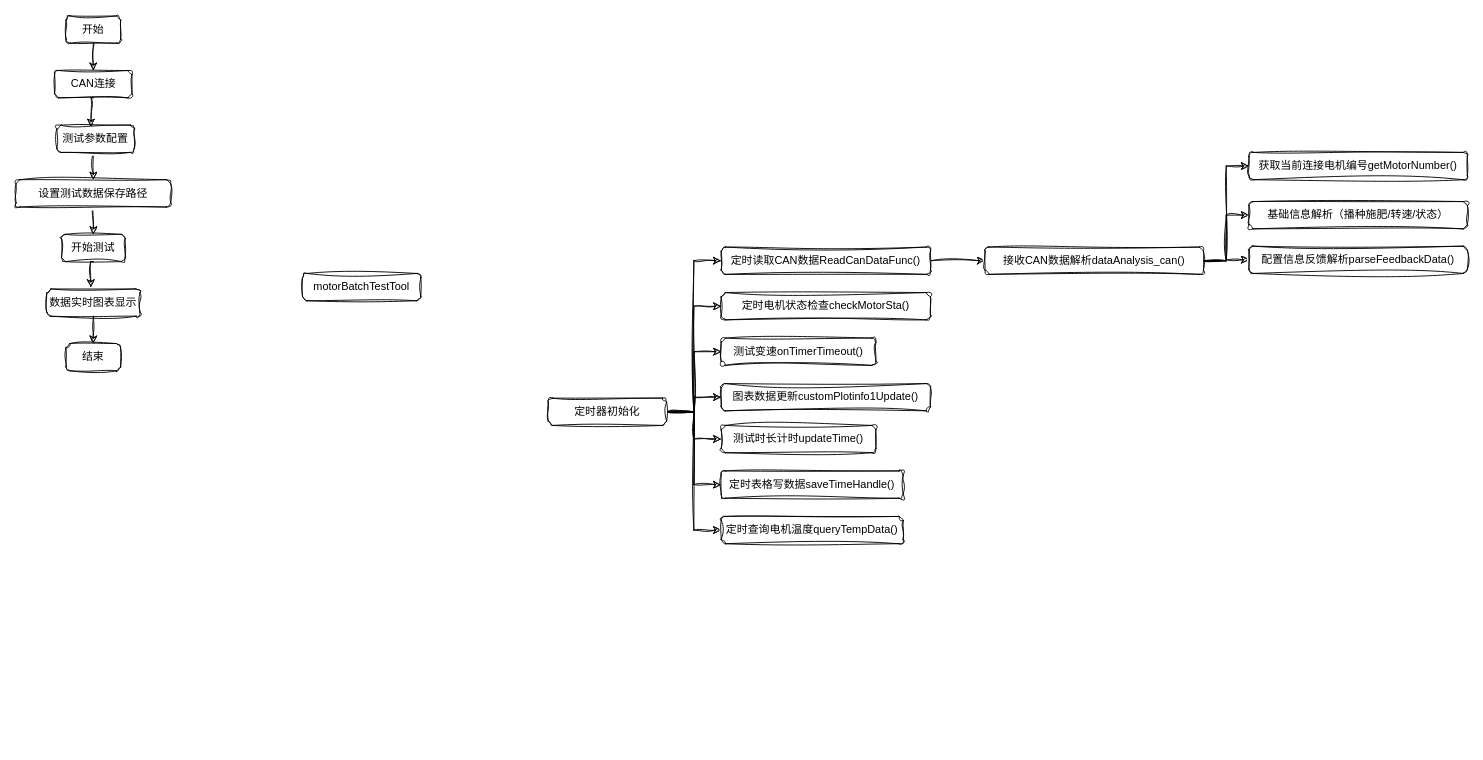
This is 自动化测试工具.drawio from Hanye1108/drawio, a draw.io file, before an edit. Source tidied: cells renumbered, new cells numbered last; positions are measured from the earlier drawing's top-left corner, leaving out a move shared by most shapes. Both pictures are drawn from the tidied source at 91%, with x=0, y=0 at pixel (15, 15).
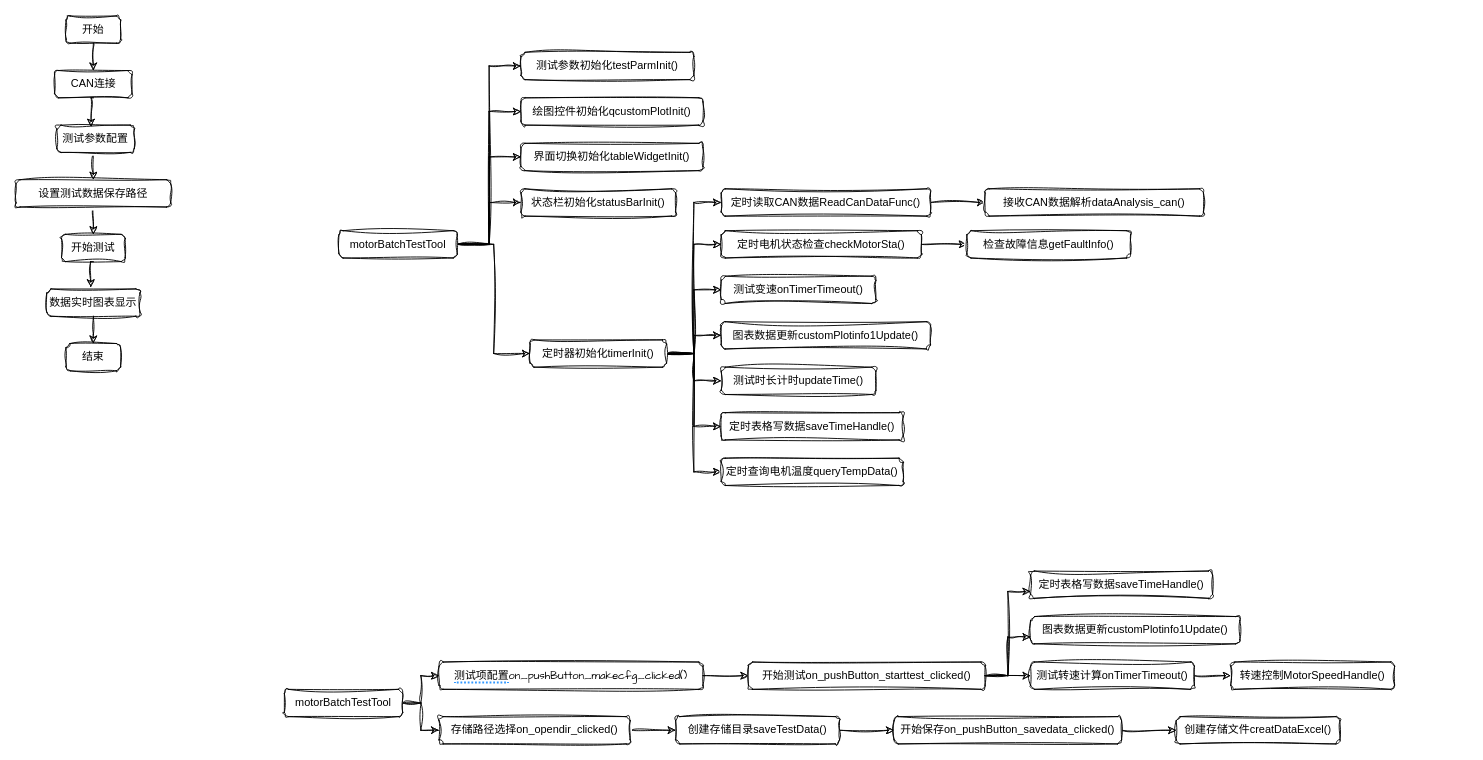
Above is the later version.

Commit message:
更新自动化测试工具.drawio

Change to the diagram source:
```diff
@@
-    <mxCell id="22" value="定时器初始化" style="rounded=1;whiteSpace=wrap;html=1;labelBackgroundColor=none;sketch=1;curveFitting=1;jiggle=2;" parent="1" vertex="1">
-      <mxGeometry x="585" y="420" width="130" height="30" as="geometry" />
+    <mxCell id="22" value="定时器初始化timerInit()" style="rounded=1;whiteSpace=wrap;html=1;labelBackgroundColor=none;sketch=1;curveFitting=1;jiggle=2;" parent="1" vertex="1">
+      <mxGeometry x="565" y="356" width="150" height="30" as="geometry" />
     </mxCell>
@@
     <mxCell id="24" value="定时读取CAN数据ReadCanDataFunc()" style="rounded=1;whiteSpace=wrap;html=1;labelBackgroundColor=none;sketch=1;curveFitting=1;jiggle=2;" parent="1" vertex="1">
-      <mxGeometry x="775" y="254" width="230" height="30" as="geometry" />
+      <mxGeometry x="775" y="190" width="230" height="30" as="geometry" />
     </mxCell>
-    <mxCell id="25" style="edgeStyle=orthogonalEdgeStyle;rounded=0;sketch=1;hachureGap=4;jiggle=2;curveFitting=1;jettySize=auto;html=1;exitX=1;exitY=0.5;exitDx=0;exitDy=0;entryX=0;entryY=0.5;entryDx=0;entryDy=0;fontFamily=Architects Daughter;" parent="1" edge="1" source="28" target="33">
-      <mxGeometry relative="1" as="geometry" />
-    </mxCell>
-    <mxCell id="26" style="edgeStyle=orthogonalEdgeStyle;rounded=0;sketch=1;hachureGap=4;jiggle=2;curveFitting=1;jettySize=auto;html=1;exitX=1;exitY=0.5;exitDx=0;exitDy=0;entryX=0;entryY=0.5;entryDx=0;entryDy=0;fontFamily=Architects Daughter;" parent="1" edge="1" source="28" target="32">
-      <mxGeometry relative="1" as="geometry" />
-    </mxCell>
-    <mxCell id="27" style="edgeStyle=orthogonalEdgeStyle;rounded=0;sketch=1;hachureGap=4;jiggle=2;curveFitting=1;jettySize=auto;html=1;exitX=1;exitY=0.5;exitDx=0;exitDy=0;entryX=0;entryY=0.5;entryDx=0;entryDy=0;fontFamily=Architects Daughter;" parent="1" edge="1" source="28" target="35">
-      <mxGeometry relative="1" as="geometry" />
-    </mxCell>
     <mxCell id="28" value="&lt;div&gt;接收CAN数据解析dataAnalysis_can()&lt;/div&gt;" style="rounded=1;whiteSpace=wrap;html=1;labelBackgroundColor=none;sketch=1;curveFitting=1;jiggle=2;" parent="1" vertex="1">
-      <mxGeometry x="1065" y="254" width="240" height="30" as="geometry" />
+      <mxGeometry x="1065" y="190" width="240" height="30" as="geometry" />
     </mxCell>
+    <mxCell id="39" style="edgeStyle=orthogonalEdgeStyle;rounded=0;sketch=1;hachureGap=4;jiggle=2;curveFitting=1;jettySize=auto;html=1;exitX=1;exitY=0.5;exitDx=0;exitDy=0;fontFamily=Architects Daughter;" parent="1" edge="1" source="29" target="68">
+      <mxGeometry relative="1" as="geometry" />
+    </mxCell>
     <mxCell id="29" value="定时电机状态检查checkMotorSta()" style="rounded=1;whiteSpace=wrap;html=1;labelBackgroundColor=none;sketch=1;curveFitting=1;jiggle=2;" parent="1" vertex="1">
-      <mxGeometry x="775" y="304" width="230" height="30" as="geometry" />
+      <mxGeometry x="775" y="236" width="220" height="30" as="geometry" />
     </mxCell>
     <mxCell id="30" value="测试变速onTimerTimeout()" style="rounded=1;whiteSpace=wrap;html=1;labelBackgroundColor=none;sketch=1;curveFitting=1;jiggle=2;" parent="1" vertex="1">
-      <mxGeometry x="775" y="354" width="170" height="30" as="geometry" />
+      <mxGeometry x="775" y="286" width="170" height="30" as="geometry" />
     </mxCell>
     <mxCell id="31" value="图表数据更新customPlotinfo1Update()" style="rounded=1;whiteSpace=wrap;html=1;labelBackgroundColor=none;sketch=1;curveFitting=1;jiggle=2;" parent="1" vertex="1">
-      <mxGeometry x="775" y="404" width="230" height="30" as="geometry" />
+      <mxGeometry x="775" y="336" width="230" height="30" as="geometry" />
     </mxCell>
-    <mxCell id="32" value="&lt;div&gt;基础信息解析（播种施肥/转速/状态）&lt;/div&gt;" style="rounded=1;whiteSpace=wrap;html=1;labelBackgroundColor=none;sketch=1;curveFitting=1;jiggle=2;" parent="1" vertex="1">
-      <mxGeometry x="1355" y="204" width="240" height="30" as="geometry" />
-    </mxCell>
-    <mxCell id="33" value="&lt;div&gt;配置信息反馈解析parseFeedbackData()&lt;/div&gt;" style="rounded=1;whiteSpace=wrap;html=1;labelBackgroundColor=none;sketch=1;curveFitting=1;jiggle=2;" parent="1" vertex="1">
-      <mxGeometry x="1355" y="253" width="240" height="30" as="geometry" />
-    </mxCell>
     <mxCell id="34" value="测试时长计时updateTime()" style="rounded=1;whiteSpace=wrap;html=1;labelBackgroundColor=none;sketch=1;curveFitting=1;jiggle=2;" parent="1" vertex="1">
-      <mxGeometry x="775" y="450" width="170" height="30" as="geometry" />
+      <mxGeometry x="775" y="386" width="170" height="30" as="geometry" />
     </mxCell>
-    <mxCell id="35" value="&lt;div&gt;获取当前连接电机编号getMotorNumber()&lt;/div&gt;" style="rounded=1;whiteSpace=wrap;html=1;labelBackgroundColor=none;sketch=1;curveFitting=1;jiggle=2;" parent="1" vertex="1">
-      <mxGeometry x="1355" y="150" width="240" height="30" as="geometry" />
-    </mxCell>
+    <mxCell id="40" style="edgeStyle=orthogonalEdgeStyle;rounded=0;sketch=1;hachureGap=4;jiggle=2;curveFitting=1;jettySize=auto;html=1;exitX=1;exitY=0.5;exitDx=0;exitDy=0;entryX=0;entryY=0.5;entryDx=0;entryDy=0;fontFamily=Architects Daughter;" parent="1" edge="1" source="36" target="48">
+      <mxGeometry relative="1" as="geometry" />
+    </mxCell>
+    <mxCell id="41" style="edgeStyle=orthogonalEdgeStyle;rounded=0;sketch=1;hachureGap=4;jiggle=2;curveFitting=1;jettySize=auto;html=1;exitX=1;exitY=0.5;exitDx=0;exitDy=0;entryX=0;entryY=0.5;entryDx=0;entryDy=0;fontFamily=Architects Daughter;" parent="1" edge="1" source="36" target="47">
+      <mxGeometry relative="1" as="geometry" />
+    </mxCell>
+    <mxCell id="42" style="edgeStyle=orthogonalEdgeStyle;rounded=0;sketch=1;hachureGap=4;jiggle=2;curveFitting=1;jettySize=auto;html=1;exitX=1;exitY=0.5;exitDx=0;exitDy=0;entryX=0;entryY=0.5;entryDx=0;entryDy=0;fontFamily=Architects Daughter;" parent="1" edge="1" source="36" target="46">
+      <mxGeometry relative="1" as="geometry" />
+    </mxCell>
+    <mxCell id="43" style="edgeStyle=orthogonalEdgeStyle;rounded=0;sketch=1;hachureGap=4;jiggle=2;curveFitting=1;jettySize=auto;html=1;exitX=1;exitY=0.5;exitDx=0;exitDy=0;entryX=0;entryY=0.5;entryDx=0;entryDy=0;fontFamily=Architects Daughter;" parent="1" edge="1" source="36" target="45">
+      <mxGeometry relative="1" as="geometry" />
+    </mxCell>
+    <mxCell id="44" style="edgeStyle=orthogonalEdgeStyle;rounded=0;sketch=1;hachureGap=4;jiggle=2;curveFitting=1;jettySize=auto;html=1;exitX=1;exitY=0.5;exitDx=0;exitDy=0;entryX=0;entryY=0.5;entryDx=0;entryDy=0;fontFamily=Architects Daughter;" parent="1" edge="1" source="36" target="22">
+      <mxGeometry relative="1" as="geometry">
+        <Array as="points">
+          <mxPoint x="525" y="251" />
+          <mxPoint x="525" y="371" />
+        </Array>
+      </mxGeometry>
+    </mxCell>
     <mxCell id="36" value="motorBatchTestTool" style="rounded=1;whiteSpace=wrap;html=1;labelBackgroundColor=none;sketch=1;curveFitting=1;jiggle=2;" parent="1" vertex="1">
-      <mxGeometry x="315" y="283" width="130" height="30" as="geometry" />
+      <mxGeometry x="355" y="236" width="130" height="30" as="geometry" />
     </mxCell>
     <mxCell id="37" value="定时表格写数据saveTimeHandle()" style="rounded=1;whiteSpace=wrap;html=1;labelBackgroundColor=none;sketch=1;curveFitting=1;jiggle=2;" parent="1" vertex="1">
-      <mxGeometry x="775" y="500" width="200" height="30" as="geometry" />
+      <mxGeometry x="775" y="436" width="200" height="30" as="geometry" />
     </mxCell>
     <mxCell id="38" value="定时查询电机温度queryTempData()" style="rounded=1;whiteSpace=wrap;html=1;labelBackgroundColor=none;sketch=1;curveFitting=1;jiggle=2;" parent="1" vertex="1">
-      <mxGeometry x="775" y="550" width="200" height="30" as="geometry" />
+      <mxGeometry x="775" y="486" width="200" height="30" as="geometry" />
     </mxCell>
+    <mxCell id="45" value="状态栏初始化statusBarInit()" style="rounded=1;whiteSpace=wrap;html=1;labelBackgroundColor=none;sketch=1;curveFitting=1;jiggle=2;" parent="1" vertex="1">
+      <mxGeometry x="555" y="190" width="170" height="30" as="geometry" />
+    </mxCell>
+    <mxCell id="46" value="界面切换初始化tableWidgetInit()" style="rounded=1;whiteSpace=wrap;html=1;labelBackgroundColor=none;sketch=1;curveFitting=1;jiggle=2;" parent="1" vertex="1">
+      <mxGeometry x="555" y="140" width="200" height="30" as="geometry" />
+    </mxCell>
+    <mxCell id="47" value="绘图控件初始化qcustomPlotInit()" style="rounded=1;whiteSpace=wrap;html=1;labelBackgroundColor=none;sketch=1;curveFitting=1;jiggle=2;" parent="1" vertex="1">
+      <mxGeometry x="555" y="90" width="200" height="30" as="geometry" />
+    </mxCell>
+    <mxCell id="48" value="测试参数初始化testParmInit()" style="rounded=1;whiteSpace=wrap;html=1;labelBackgroundColor=none;sketch=1;curveFitting=1;jiggle=2;" parent="1" vertex="1">
+      <mxGeometry x="555" y="40" width="190" height="30" as="geometry" />
+    </mxCell>
+    <mxCell id="49" style="edgeStyle=orthogonalEdgeStyle;rounded=0;sketch=1;hachureGap=4;jiggle=2;curveFitting=1;jettySize=auto;html=1;exitX=1;exitY=0.5;exitDx=0;exitDy=0;entryX=0;entryY=0.5;entryDx=0;entryDy=0;fontFamily=Architects Daughter;" parent="1" edge="1" source="51" target="53">
+      <mxGeometry relative="1" as="geometry" />
+    </mxCell>
+    <mxCell id="50" style="edgeStyle=orthogonalEdgeStyle;rounded=0;sketch=1;hachureGap=4;jiggle=2;curveFitting=1;jettySize=auto;html=1;exitX=1;exitY=0.5;exitDx=0;exitDy=0;entryX=0;entryY=0.5;entryDx=0;entryDy=0;fontFamily=Architects Daughter;" parent="1" edge="1" source="51" target="55">
+      <mxGeometry relative="1" as="geometry" />
+    </mxCell>
+    <mxCell id="51" value="motorBatchTestTool" style="rounded=1;whiteSpace=wrap;html=1;labelBackgroundColor=none;sketch=1;curveFitting=1;jiggle=2;" parent="1" vertex="1">
+      <mxGeometry x="295" y="740" width="130" height="30" as="geometry" />
+    </mxCell>
+    <mxCell id="52" style="edgeStyle=orthogonalEdgeStyle;rounded=0;sketch=1;hachureGap=4;jiggle=2;curveFitting=1;jettySize=auto;html=1;exitX=1;exitY=0.5;exitDx=0;exitDy=0;entryX=0;entryY=0.5;entryDx=0;entryDy=0;fontFamily=Architects Daughter;" parent="1" edge="1" source="53" target="64">
+      <mxGeometry relative="1" as="geometry" />
+    </mxCell>
+    <mxCell id="53" value="&lt;div style=&quot;text-align: left;&quot;&gt;&lt;span style=&quot;background-color: transparent; color: light-dark(rgb(0, 0, 0), rgb(255, 255, 255)); cursor: pointer; border-bottom: 2px dotted rgb(51, 153, 255);&quot;&gt;测试项配置&lt;/span&gt;&lt;span style=&quot;background-color: transparent;&quot;&gt;&lt;font face=&quot;Architects Daughter&quot;&gt;on_pushButton_makecfg_clicked()&lt;/font&gt;&lt;/span&gt;&lt;/div&gt;" style="rounded=1;whiteSpace=wrap;html=1;labelBackgroundColor=none;sketch=1;curveFitting=1;jiggle=2;" parent="1" vertex="1">
+      <mxGeometry x="465" y="710" width="290" height="30" as="geometry" />
+    </mxCell>
+    <mxCell id="54" style="edgeStyle=orthogonalEdgeStyle;rounded=0;sketch=1;hachureGap=4;jiggle=2;curveFitting=1;jettySize=auto;html=1;exitX=1;exitY=0.5;exitDx=0;exitDy=0;entryX=0;entryY=0.5;entryDx=0;entryDy=0;fontFamily=Architects Daughter;" parent="1" edge="1" source="55" target="57">
+      <mxGeometry relative="1" as="geometry" />
+    </mxCell>
+    <mxCell id="55" value="存储路径选择on_opendir_clicked()" style="rounded=1;whiteSpace=wrap;html=1;labelBackgroundColor=none;sketch=1;curveFitting=1;jiggle=2;" parent="1" vertex="1">
+      <mxGeometry x="465" y="770" width="210" height="30" as="geometry" />
+    </mxCell>
+    <mxCell id="56" style="edgeStyle=orthogonalEdgeStyle;rounded=0;sketch=1;hachureGap=4;jiggle=2;curveFitting=1;jettySize=auto;html=1;exitX=1;exitY=0.5;exitDx=0;exitDy=0;entryX=0;entryY=0.5;entryDx=0;entryDy=0;fontFamily=Architects Daughter;" parent="1" edge="1" source="57" target="59">
+      <mxGeometry relative="1" as="geometry" />
+    </mxCell>
+    <mxCell id="57" value="创建存储目录saveTestData()" style="rounded=1;whiteSpace=wrap;html=1;labelBackgroundColor=none;sketch=1;curveFitting=1;jiggle=2;" parent="1" vertex="1">
+      <mxGeometry x="725" y="770" width="180" height="30" as="geometry" />
+    </mxCell>
+    <mxCell id="58" style="edgeStyle=orthogonalEdgeStyle;rounded=0;sketch=1;hachureGap=4;jiggle=2;curveFitting=1;jettySize=auto;html=1;exitX=1;exitY=0.5;exitDx=0;exitDy=0;entryX=0;entryY=0.5;entryDx=0;entryDy=0;fontFamily=Architects Daughter;" parent="1" edge="1" source="59" target="60">
+      <mxGeometry relative="1" as="geometry" />
+    </mxCell>
+    <mxCell id="59" value="开始保存on_pushButton_savedata_clicked()" style="rounded=1;whiteSpace=wrap;html=1;labelBackgroundColor=none;sketch=1;curveFitting=1;jiggle=2;" parent="1" vertex="1">
+      <mxGeometry x="965" y="770" width="250" height="30" as="geometry" />
+    </mxCell>
+    <mxCell id="60" value="创建存储文件creatDataExcel()" style="rounded=1;whiteSpace=wrap;html=1;labelBackgroundColor=none;sketch=1;curveFitting=1;jiggle=2;" parent="1" vertex="1">
+      <mxGeometry x="1275" y="770" width="180" height="30" as="geometry" />
+    </mxCell>
+    <mxCell id="61" style="edgeStyle=orthogonalEdgeStyle;rounded=0;sketch=1;hachureGap=4;jiggle=2;curveFitting=1;jettySize=auto;html=1;exitX=1;exitY=0.5;exitDx=0;exitDy=0;entryX=0;entryY=0.5;entryDx=0;entryDy=0;fontFamily=Architects Daughter;" parent="1" edge="1" source="64" target="66">
+      <mxGeometry relative="1" as="geometry" />
+    </mxCell>
+    <mxCell id="62" style="edgeStyle=orthogonalEdgeStyle;rounded=0;sketch=1;hachureGap=4;jiggle=2;curveFitting=1;jettySize=auto;html=1;exitX=1;exitY=0.5;exitDx=0;exitDy=0;entryX=0;entryY=0.75;entryDx=0;entryDy=0;fontFamily=Architects Daughter;" parent="1" edge="1" source="64" target="69">
+      <mxGeometry relative="1" as="geometry" />
+    </mxCell>
+    <mxCell id="63" style="edgeStyle=orthogonalEdgeStyle;rounded=0;sketch=1;hachureGap=4;jiggle=2;curveFitting=1;jettySize=auto;html=1;entryX=0;entryY=0.75;entryDx=0;entryDy=0;fontFamily=Architects Daughter;" parent="1" edge="1" source="64" target="70">
+      <mxGeometry relative="1" as="geometry" />
+    </mxCell>
+    <mxCell id="64" value="开始测试on_pushButton_starttest_clicked()" style="rounded=1;whiteSpace=wrap;html=1;labelBackgroundColor=none;sketch=1;curveFitting=1;jiggle=2;" parent="1" vertex="1">
+      <mxGeometry x="805" y="710" width="260" height="30" as="geometry" />
+    </mxCell>
+    <mxCell id="65" style="edgeStyle=orthogonalEdgeStyle;rounded=0;sketch=1;hachureGap=4;jiggle=2;curveFitting=1;jettySize=auto;html=1;exitX=1;exitY=0.5;exitDx=0;exitDy=0;entryX=0;entryY=0.5;entryDx=0;entryDy=0;fontFamily=Architects Daughter;" parent="1" edge="1" source="66" target="67">
+      <mxGeometry relative="1" as="geometry" />
+    </mxCell>
+    <mxCell id="66" value="测试转速计算onTimerTimeout()" style="rounded=1;whiteSpace=wrap;html=1;labelBackgroundColor=none;sketch=1;curveFitting=1;jiggle=2;" parent="1" vertex="1">
+      <mxGeometry x="1115" y="710" width="180" height="30" as="geometry" />
+    </mxCell>
+    <mxCell id="67" value="转速控制MotorSpeedHandle()" style="rounded=1;whiteSpace=wrap;html=1;labelBackgroundColor=none;sketch=1;curveFitting=1;jiggle=2;" parent="1" vertex="1">
+      <mxGeometry x="1335" y="710" width="180" height="30" as="geometry" />
+    </mxCell>
+    <mxCell id="68" value="检查故障信息getFaultInfo()" style="rounded=1;whiteSpace=wrap;html=1;labelBackgroundColor=none;sketch=1;curveFitting=1;jiggle=2;" parent="1" vertex="1">
+      <mxGeometry x="1045" y="236" width="180" height="30" as="geometry" />
+    </mxCell>
+    <mxCell id="69" value="图表数据更新customPlotinfo1Update()" style="rounded=1;whiteSpace=wrap;html=1;labelBackgroundColor=none;sketch=1;curveFitting=1;jiggle=2;" parent="1" vertex="1">
+      <mxGeometry x="1115" y="660" width="230" height="30" as="geometry" />
+    </mxCell>
+    <mxCell id="70" value="定时表格写数据saveTimeHandle()" style="rounded=1;whiteSpace=wrap;html=1;labelBackgroundColor=none;sketch=1;curveFitting=1;jiggle=2;" parent="1" vertex="1">
+      <mxGeometry x="1115" y="610" width="200" height="30" as="geometry" />
+    </mxCell>
```
